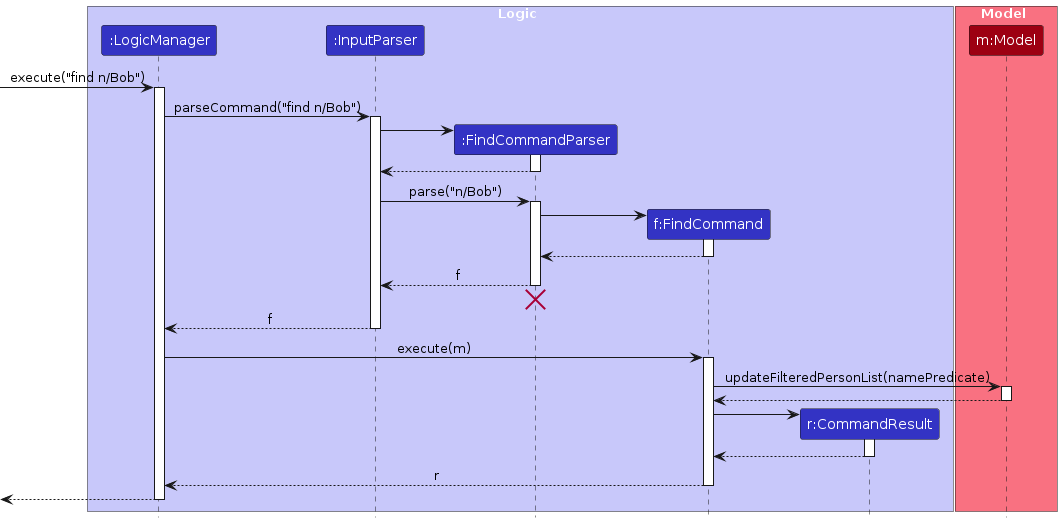
This is diagrams/FindSequenceDiagram.png from AY2324S2-CS2103T-T14-2/tp, a PlantUML export, as it was before one commit. Its source is kept beside it as diagrams/FindSequenceDiagram.puml.
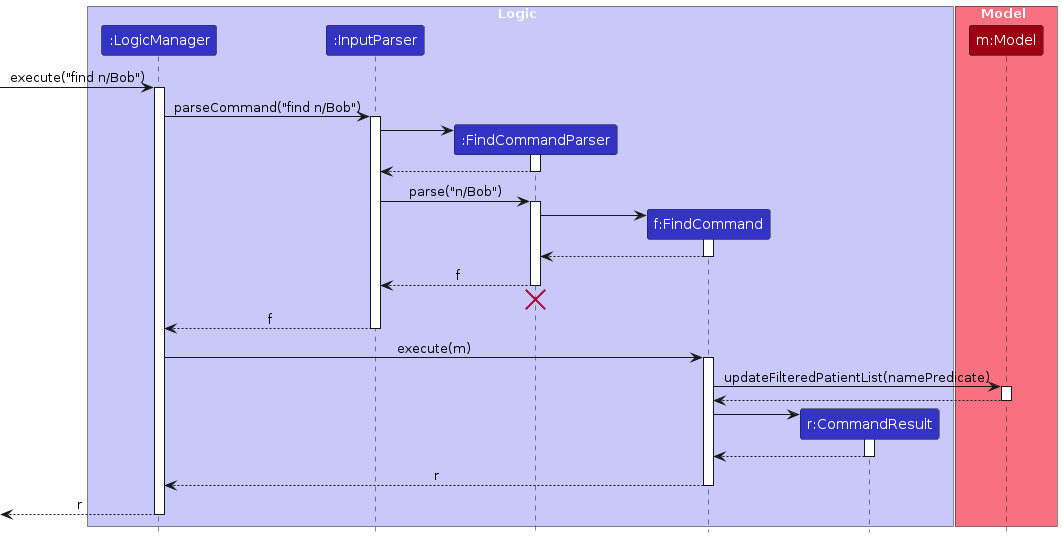
After the commit.

The edit, as a diff of the source:
```diff
@@ -48,7 +48,7 @@
 LogicManager -> FindCommand : execute(m)
 activate FindCommand
 
-FindCommand -> Model : updateFilteredPersonList(namePredicate)
+FindCommand -> Model : updateFilteredPatientList(namePredicate)
 activate Model
 
 Model --> FindCommand
@@ -64,6 +64,6 @@
 FindCommand --> LogicManager : r
 deactivate FindCommand
 
-[<--LogicManager
+[<--LogicManager : r
 deactivate LogicManager
 @enduml
```
